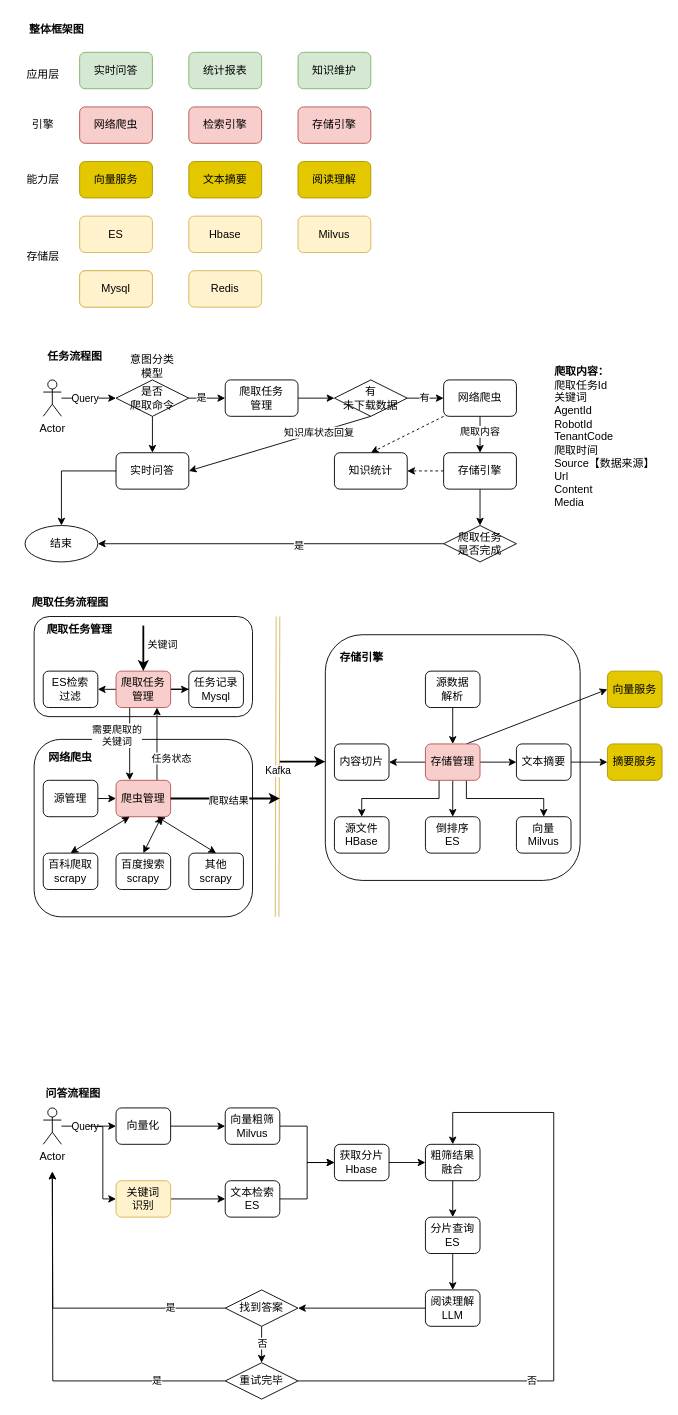
Earlier version of the draw.io diagram 实时问答WebPilot.drawio (renzhan/drawio). Source tidied: cells renumbered, new cells numbered last; positions are measured from the earlier drawing's top-left corner, leaving out a move shared by most shapes. Both pictures are drawn from the tidied source at 91%, with x=0, y=0 at pixel (15, 15).
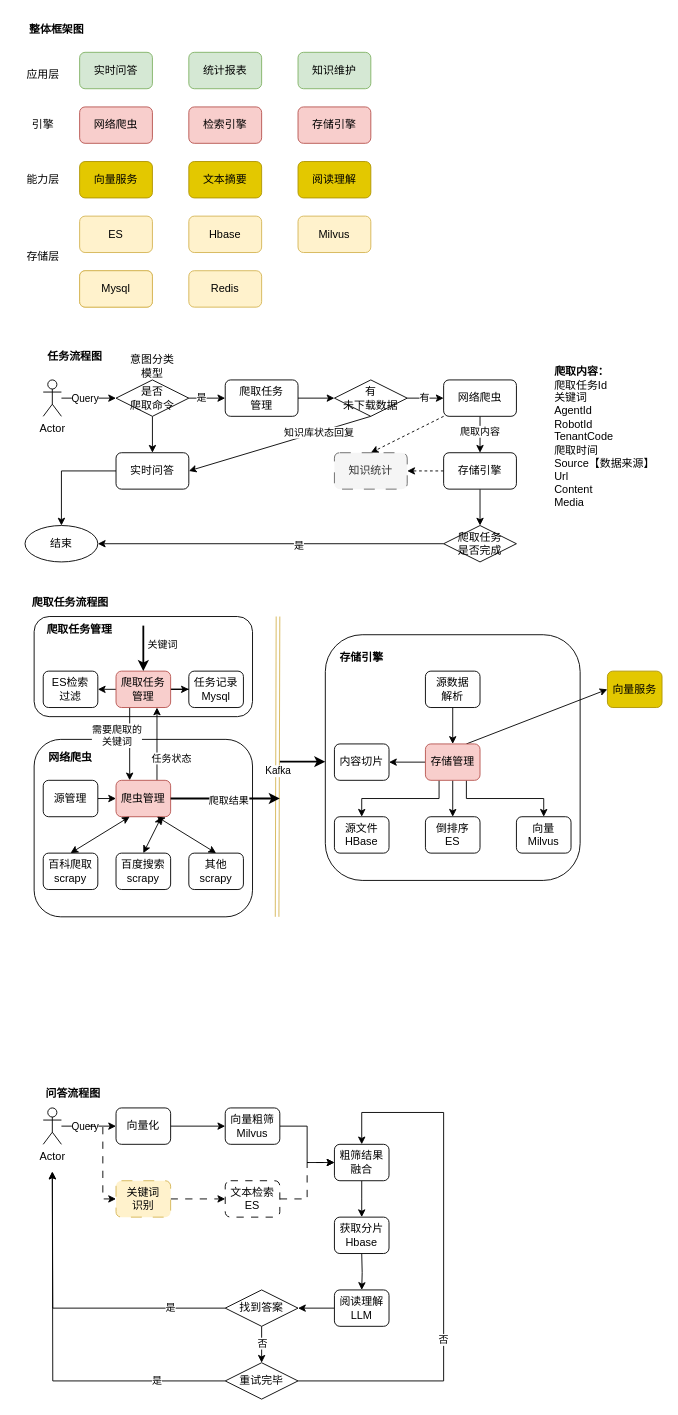
The same page after the edit.

Unchanged cells that the change refers to:
```xml
<mxCell id="88" value="存储管理" style="rounded=1;whiteSpace=wrap;html=1;fillColor=#f8cecc;strokeColor=#b85450;" parent="1" vertex="1">
  <mxGeometry x="450" y="800" width="60" height="40" as="geometry" />
</mxCell>
<mxCell id="112" value="向量粗筛&lt;br&gt;Milvus" style="rounded=1;whiteSpace=wrap;html=1;" parent="1" vertex="1">
  <mxGeometry x="230" y="1200" width="60" height="40" as="geometry" />
</mxCell>
<mxCell id="130" value="重试完毕" style="rhombus;whiteSpace=wrap;html=1;" parent="1" vertex="1">
  <mxGeometry x="230" y="1480" width="80" height="40" as="geometry" />
</mxCell>
```

The edit, as a diff of the source:
```diff
@@
-    <mxCell id="38" value="知识统计" style="rounded=1;whiteSpace=wrap;html=1;" parent="1" vertex="1">
+    <mxCell id="38" value="知识统计" style="rounded=1;whiteSpace=wrap;html=1;fillColor=#f5f5f5;fontColor=#333333;strokeColor=#666666;dashed=1;dashPattern=12 12;" parent="1" vertex="1">
       <mxGeometry x="350" y="480" width="80" height="40" as="geometry" />
     </mxCell>
@@
-    <mxCell id="78" style="edgeStyle=orthogonalEdgeStyle;rounded=0;jettySize=auto;html=1;exitX=1;exitY=0.5;exitDx=0;exitDy=0;entryX=0;entryY=0.5;entryDx=0;entryDy=0;" parent="1" edge="1" source="79" target="92">
-      <mxGeometry relative="1" as="geometry" />
+    <mxCell id="78" style="edgeStyle=orthogonalEdgeStyle;rounded=0;orthogonalLoop=1;jettySize=auto;html=1;exitX=1;exitY=0.5;exitDx=0;exitDy=0;entryX=0;entryY=0.5;entryDx=0;entryDy=0;" parent="1" edge="1">
+      <mxGeometry relative="1" as="geometry">
+        <mxPoint x="610" y="820" as="sourcePoint" />
+      </mxGeometry>
     </mxCell>
-    <mxCell id="79" value="文本摘要" style="rounded=1;whiteSpace=wrap;html=1;" parent="1" vertex="1">
-      <mxGeometry x="550" y="800" width="60" height="40" as="geometry" />
-    </mxCell>
@@
-    <mxCell id="83" style="edgeStyle=orthogonalEdgeStyle;rounded=0;jettySize=auto;html=1;exitX=1;exitY=0.5;exitDx=0;exitDy=0;entryX=0;entryY=0.5;entryDx=0;entryDy=0;" parent="1" edge="1" source="88" target="79">
-      <mxGeometry relative="1" as="geometry" />
-    </mxCell>
@@
-    <mxCell id="92" value="摘要服务" style="rounded=1;whiteSpace=wrap;html=1;fillColor=#e3c800;strokeColor=#B09500;fontColor=#000000;" parent="1" vertex="1">
-      <mxGeometry x="650" y="800" width="60" height="40" as="geometry" />
-    </mxCell>
@@
-    <mxCell id="108" style="edgeStyle=orthogonalEdgeStyle;rounded=0;jettySize=auto;html=1;exitX=1;exitY=0.5;exitDx=0;exitDy=0;entryX=0;entryY=0.5;entryDx=0;entryDy=0;" parent="1" edge="1" source="109" target="114">
+    <mxCell id="108" style="edgeStyle=orthogonalEdgeStyle;rounded=0;jettySize=auto;html=1;exitX=1;exitY=0.5;exitDx=0;exitDy=0;entryX=0;entryY=0.5;entryDx=0;entryDy=0;dashed=1;dashPattern=8 8;" parent="1" edge="1" source="109" target="114">
       <mxGeometry relative="1" as="geometry" />
     </mxCell>
-    <mxCell id="109" value="关键词&lt;br&gt;识别" style="rounded=1;whiteSpace=wrap;html=1;fillColor=#fff2cc;strokeColor=#d6b656;" parent="1" vertex="1">
+    <mxCell id="109" value="关键词&lt;br&gt;识别" style="rounded=1;whiteSpace=wrap;html=1;fillColor=#fff2cc;strokeColor=#d6b656;dashed=1;dashPattern=12 12;" parent="1" vertex="1">
       <mxGeometry x="110" y="1280" width="60" height="40" as="geometry" />
     </mxCell>
-    <mxCell id="110" style="endArrow=classic;html=1;rounded=0;entryX=0;entryY=0.5;entryDx=0;entryDy=0;edgeStyle=orthogonalEdgeStyle;" parent="1" edge="1" target="109">
+    <mxCell id="110" style="endArrow=classic;html=1;rounded=0;entryX=0;entryY=0.5;entryDx=0;entryDy=0;edgeStyle=orthogonalEdgeStyle;dashed=1;dashPattern=8 8;" parent="1" edge="1" target="109">
       <mxGeometry relative="1" as="geometry">
         <mxPoint x="80" y="1220" as="sourcePoint" />
       </mxGeometry>
     </mxCell>
-    <mxCell id="111" style="edgeStyle=orthogonalEdgeStyle;rounded=0;jettySize=auto;html=1;exitX=1;exitY=0.5;exitDx=0;exitDy=0;entryX=0;entryY=0.5;entryDx=0;entryDy=0;" parent="1" edge="1" source="112" target="132">
+    <mxCell id="111" style="edgeStyle=orthogonalEdgeStyle;rounded=0;jettySize=auto;html=1;exitX=1;exitY=0.5;exitDx=0;exitDy=0;entryX=0;entryY=0.5;entryDx=0;entryDy=0;" parent="1" edge="1" source="112" target="116">
       <mxGeometry relative="1" as="geometry" />
     </mxCell>
@@
-    <mxCell id="113" style="edgeStyle=orthogonalEdgeStyle;rounded=0;jettySize=auto;html=1;exitX=1;exitY=0.5;exitDx=0;exitDy=0;entryX=0;entryY=0.5;entryDx=0;entryDy=0;" parent="1" edge="1" source="132" target="116">
-      <mxGeometry relative="1" as="geometry" />
-    </mxCell>
-    <mxCell id="114" value="文本检索&lt;br&gt;ES" style="rounded=1;whiteSpace=wrap;html=1;" parent="1" vertex="1">
+    <mxCell id="114" value="文本检索&lt;br&gt;ES" style="rounded=1;whiteSpace=wrap;html=1;dashed=1;dashPattern=8 8;" parent="1" vertex="1">
       <mxGeometry x="230" y="1280" width="60" height="40" as="geometry" />
     </mxCell>
-    <mxCell id="115" style="edgeStyle=orthogonalEdgeStyle;rounded=0;jettySize=auto;html=1;exitX=0.5;exitY=1;exitDx=0;exitDy=0;entryX=0.5;entryY=0;entryDx=0;entryDy=0;" parent="1" edge="1" source="116" target="118">
-      <mxGeometry relative="1" as="geometry" />
+    <mxCell id="115" style="edgeStyle=orthogonalEdgeStyle;rounded=0;jettySize=auto;html=1;exitX=0.5;exitY=1;exitDx=0;exitDy=0;entryX=0.5;entryY=0;entryDx=0;entryDy=0;" parent="1" edge="1" source="116">
+      <mxGeometry relative="1" as="geometry">
+        <mxPoint x="380" y="1320" as="targetPoint" />
+      </mxGeometry>
     </mxCell>
     <mxCell id="116" value="粗筛结果融合" style="rounded=1;whiteSpace=wrap;html=1;" parent="1" vertex="1">
-      <mxGeometry x="450" y="1240" width="60" height="40" as="geometry" />
+      <mxGeometry x="350" y="1240" width="60" height="40" as="geometry" />
     </mxCell>
-    <mxCell id="117" style="edgeStyle=orthogonalEdgeStyle;rounded=0;jettySize=auto;html=1;exitX=0.5;exitY=1;exitDx=0;exitDy=0;" parent="1" edge="1" source="118" target="120">
-      <mxGeometry relative="1" as="geometry" />
+    <mxCell id="117" style="edgeStyle=orthogonalEdgeStyle;rounded=0;jettySize=auto;html=1;exitX=0.5;exitY=1;exitDx=0;exitDy=0;" parent="1" edge="1" target="120">
+      <mxGeometry relative="1" as="geometry">
+        <mxPoint x="380" y="1360" as="sourcePoint" />
+      </mxGeometry>
     </mxCell>
-    <mxCell id="118" value="分片查询&lt;br&gt;ES" style="rounded=1;whiteSpace=wrap;html=1;" parent="1" vertex="1">
-      <mxGeometry x="450" y="1320" width="60" height="40" as="geometry" />
-    </mxCell>
@@
     <mxCell id="120" value="阅读理解&lt;br&gt;LLM" style="rounded=1;whiteSpace=wrap;html=1;" parent="1" vertex="1">
-      <mxGeometry x="450" y="1400" width="60" height="40" as="geometry" />
+      <mxGeometry x="350" y="1400" width="60" height="40" as="geometry" />
     </mxCell>
@@
     <mxCell id="128" style="edgeStyle=orthogonalEdgeStyle;rounded=0;jettySize=auto;html=1;exitX=1;exitY=0.5;exitDx=0;exitDy=0;entryX=0.5;entryY=0;entryDx=0;entryDy=0;" parent="1" edge="1" source="130" target="116">
       <mxGeometry relative="1" as="geometry">
         <Array as="points">
-          <mxPoint x="591" y="1500" />
-          <mxPoint x="591" y="1205" />
-          <mxPoint x="480" y="1205" />
+          <mxPoint x="470" y="1500" />
+          <mxPoint x="470" y="1205" />
+          <mxPoint x="380" y="1205" />
         </Array>
       </mxGeometry>
     </mxCell>
@@
-    <mxCell id="131" style="edgeStyle=orthogonalEdgeStyle;rounded=0;jettySize=auto;html=1;exitX=1;exitY=0.5;exitDx=0;exitDy=0;entryX=0;entryY=0.5;entryDx=0;entryDy=0;" parent="1" edge="1" source="114" target="132">
+    <mxCell id="131" style="edgeStyle=orthogonalEdgeStyle;rounded=0;jettySize=auto;html=1;exitX=1;exitY=0.5;exitDx=0;exitDy=0;entryX=0;entryY=0.5;entryDx=0;entryDy=0;dashed=1;dashPattern=8 8;" parent="1" edge="1" source="114" target="116">
       <mxGeometry relative="1" as="geometry" />
     </mxCell>
     <mxCell id="132" value="获取分片&lt;br&gt;Hbase" style="rounded=1;whiteSpace=wrap;html=1;" parent="1" vertex="1">
-      <mxGeometry x="350" y="1240" width="60" height="40" as="geometry" />
+      <mxGeometry x="350" y="1320" width="60" height="40" as="geometry" />
     </mxCell>
```
